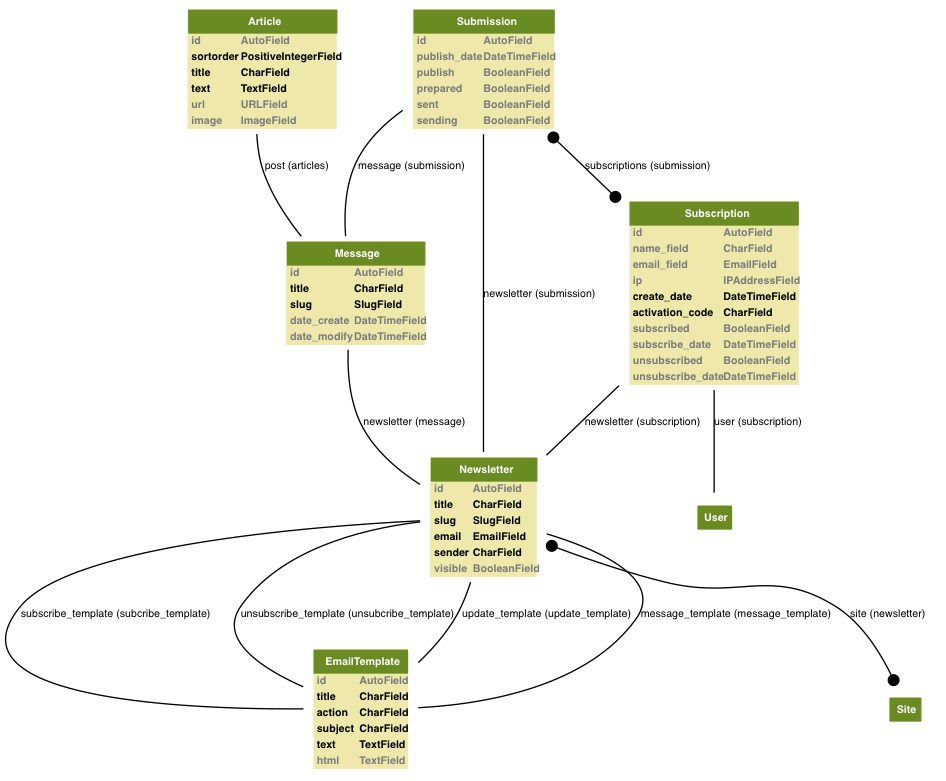
Earlier version of the Graphviz export graph_models.png (jazzband/django-newsletter). Its source is kept beside it as graph_models.dot.
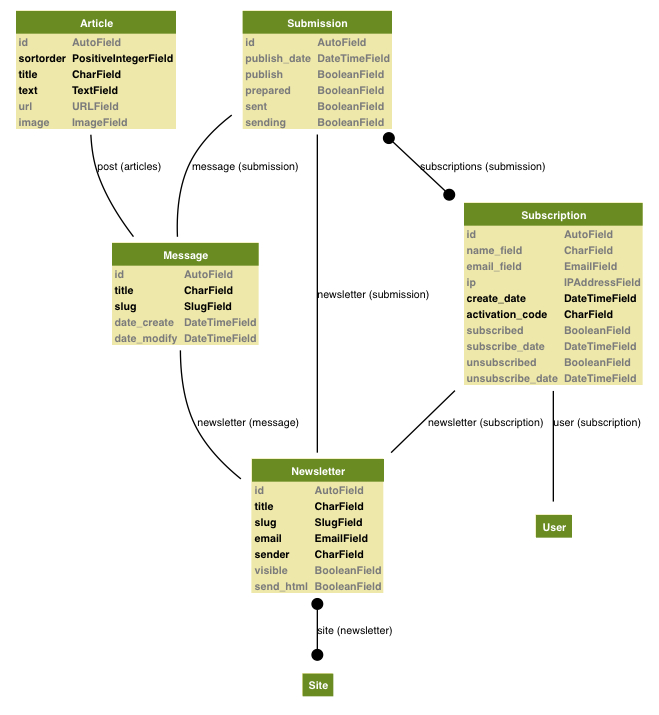
After the change.

Commit message:
Updated model graph, closes #78.

Diff of the diagram source:
```diff
@@ -14,59 +14,6 @@
 
 
 
-
-    newsletter_models_EmailTemplate [label=<
-    <TABLE BGCOLOR="palegoldenrod" BORDER="0" CELLBORDER="0" CELLSPACING="0">
-     <TR><TD COLSPAN="2" CELLPADDING="4" ALIGN="CENTER" BGCOLOR="olivedrab4"
-     ><FONT FACE="Helvetica Bold" COLOR="white"
-     >EmailTemplate</FONT></TD></TR>
-
-
-        <TR><TD ALIGN="LEFT" BORDER="0"
-        ><FONT COLOR="#7B7B7B" FACE="Helvetica Bold">id</FONT
-        ></TD>
-        <TD ALIGN="LEFT"
-        ><FONT COLOR="#7B7B7B" FACE="Helvetica Bold">AutoField</FONT
-        ></TD></TR>
-
-        <TR><TD ALIGN="LEFT" BORDER="0"
-        ><FONT FACE="Helvetica Bold">title</FONT
-        ></TD>
-        <TD ALIGN="LEFT"
-        ><FONT FACE="Helvetica Bold">CharField</FONT
-        ></TD></TR>
-
-        <TR><TD ALIGN="LEFT" BORDER="0"
-        ><FONT FACE="Helvetica Bold">action</FONT
-        ></TD>
-        <TD ALIGN="LEFT"
-        ><FONT FACE="Helvetica Bold">CharField</FONT
-        ></TD></TR>
-
-        <TR><TD ALIGN="LEFT" BORDER="0"
-        ><FONT FACE="Helvetica Bold">subject</FONT
-        ></TD>
-        <TD ALIGN="LEFT"
-        ><FONT FACE="Helvetica Bold">CharField</FONT
-        ></TD></TR>
-
-        <TR><TD ALIGN="LEFT" BORDER="0"
-        ><FONT FACE="Helvetica Bold">text</FONT
-        ></TD>
-        <TD ALIGN="LEFT"
-        ><FONT FACE="Helvetica Bold">TextField</FONT
-        ></TD></TR>
-
-        <TR><TD ALIGN="LEFT" BORDER="0"
-        ><FONT COLOR="#7B7B7B" FACE="Helvetica Bold">html</FONT
-        ></TD>
-        <TD ALIGN="LEFT"
-        ><FONT COLOR="#7B7B7B" FACE="Helvetica Bold">TextField</FONT
-        ></TD></TR>
-
-
-    </TABLE>
-    >]
 
     newsletter_models_Newsletter [label=<
     <TABLE BGCOLOR="palegoldenrod" BORDER="0" CELLBORDER="0" CELLSPACING="0">
@@ -112,6 +59,13 @@
 
         <TR><TD ALIGN="LEFT" BORDER="0"
         ><FONT COLOR="#7B7B7B" FACE="Helvetica Bold">visible</FONT
+        ></TD>
+        <TD ALIGN="LEFT"
+        ><FONT COLOR="#7B7B7B" FACE="Helvetica Bold">BooleanField</FONT
+        ></TD></TR>
+
+        <TR><TD ALIGN="LEFT" BORDER="0"
+        ><FONT COLOR="#7B7B7B" FACE="Helvetica Bold">send_html</FONT
         ></TD>
         <TD ALIGN="LEFT"
         ><FONT COLOR="#7B7B7B" FACE="Helvetica Bold">BooleanField</FONT
@@ -358,24 +312,6 @@
 
 
 
-
-
-  newsletter_models_Newsletter -> newsletter_models_EmailTemplate
-  [label="subscribe_template (subcribe_template)"] [arrowhead=none, arrowtail=dot];
-
-
-  newsletter_models_Newsletter -> newsletter_models_EmailTemplate
-  [label="unsubscribe_template (unsubcribe_template)"] [arrowhead=none, arrowtail=dot];
-
-
-  newsletter_models_Newsletter -> newsletter_models_EmailTemplate
-  [label="update_template (update_template)"] [arrowhead=none, arrowtail=dot];
-
-
-  newsletter_models_Newsletter -> newsletter_models_EmailTemplate
-  [label="message_template (message_template)"] [arrowhead=none, arrowtail=dot];
-
-
   django_contrib_sites_models_Site [label=<
       <TABLE BGCOLOR="palegoldenrod" BORDER="0" CELLBORDER="0" CELLSPACING="0">
       <TR><TD COLSPAN="2" CELLPADDING="4" ALIGN="CENTER" BGCOLOR="olivedrab4"
```
